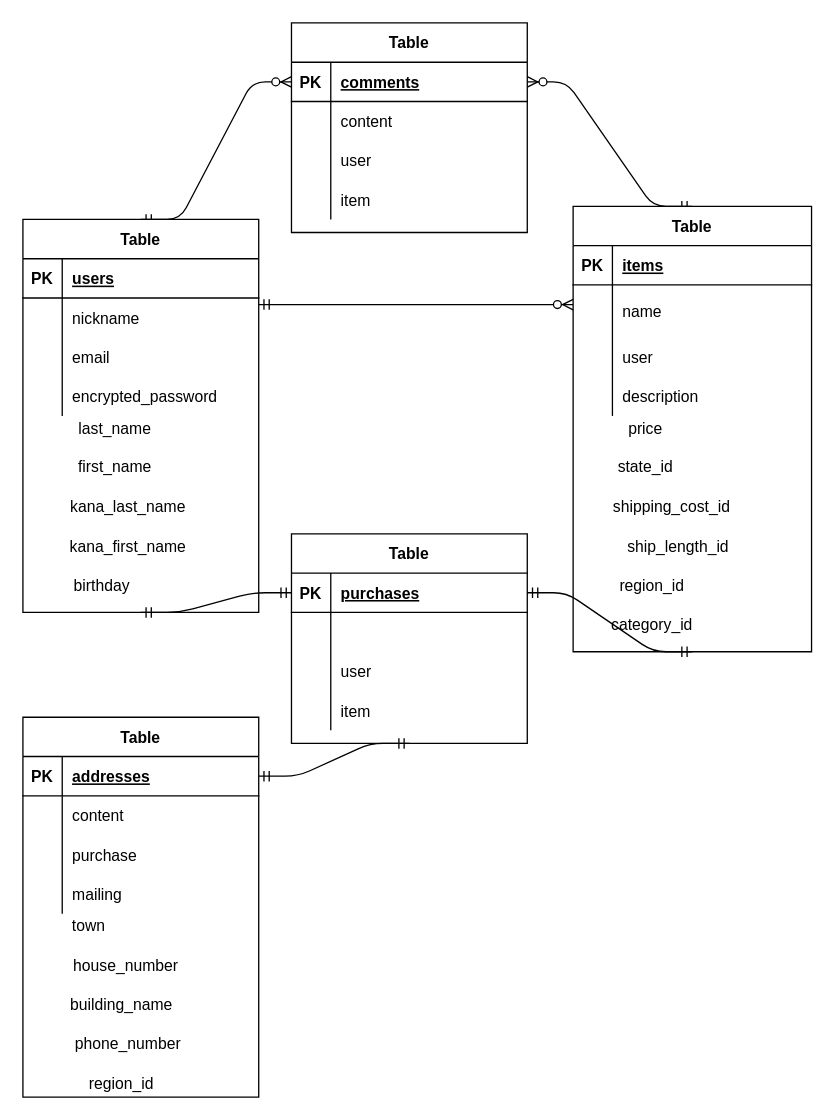
This is test.drawio from Rick0317/furima-36668, a draw.io file, before an edit. Source tidied: cells renumbered, new cells numbered last; positions are measured from the earlier drawing's top-left corner, leaving out a move shared by most shapes. Both pictures are drawn from the tidied source at 131%, with x=0, y=0 at pixel (22, 22).
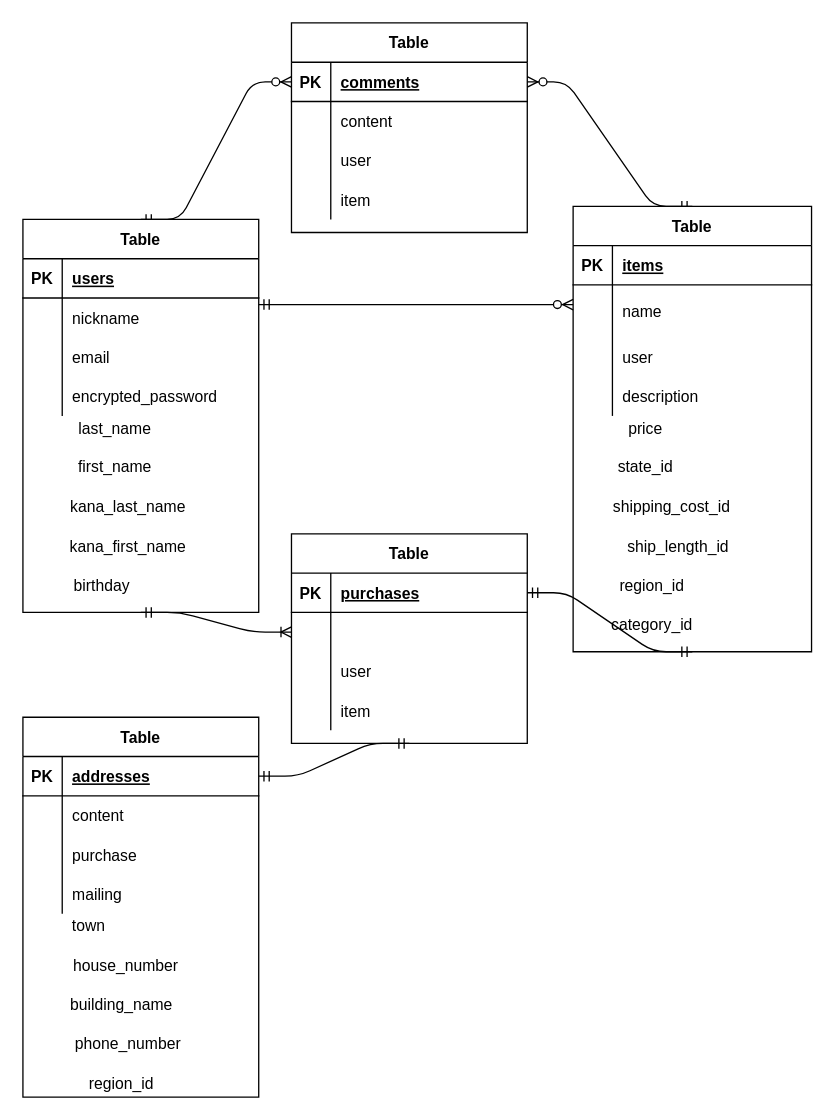
Above is the later version.

Unchanged cells that the change refers to:
```xml
<mxCell id="8" value="Table" style="shape=table;startSize=30;childLayout=tableLayout;rowLines=0;fontStyle=1;align=center;" parent="1" vertex="1">
  <mxGeometry y="150" width="180" height="300" as="geometry" />
</mxCell>
<mxCell id="48" style="shape=partialRectangle;fillColor=none;top=0;left=0;bottom=1;right=0;points=[[0,0.5],[1,0.5]];portConstraint=eastwest;" parent="47" vertex="1">
  <mxGeometry y="30" width="180" height="30" as="geometry" />
</mxCell>
<mxCell id="51" style="shape=partialRectangle;fillColor=none;top=0;left=0;bottom=0;right=0;points=[[0,0.5],[1,0.5]];portConstraint=eastwest;" parent="47" vertex="1">
  <mxGeometry y="60" width="180" height="30" as="geometry" />
</mxCell>
```

The edit, as a diff of the source:
```diff
@@
-    <mxCell id="4" style="edgeStyle=entityRelationEdgeStyle;fontSize=12;html=1;endArrow=ERmandOne;startArrow=ERmandOne;entryX=0.5;entryY=1;entryDx=0;entryDy=0;exitX=0;exitY=0.5;exitDx=0;exitDy=0;" parent="1" edge="1" source="48" target="8">
-      <mxGeometry relative="1" as="geometry" />
-    </mxCell>
@@
+    <mxCell id="89" style="edgeStyle=entityRelationEdgeStyle;fontSize=12;html=1;endArrow=ERoneToMany;startArrow=ERmandOne;exitX=0.5;exitY=1;exitDx=0;exitDy=0;entryX=0;entryY=0.5;entryDx=0;entryDy=0;" parent="1" edge="1" source="8" target="51">
+      <mxGeometry relative="1" as="geometry" />
+    </mxCell>
```
